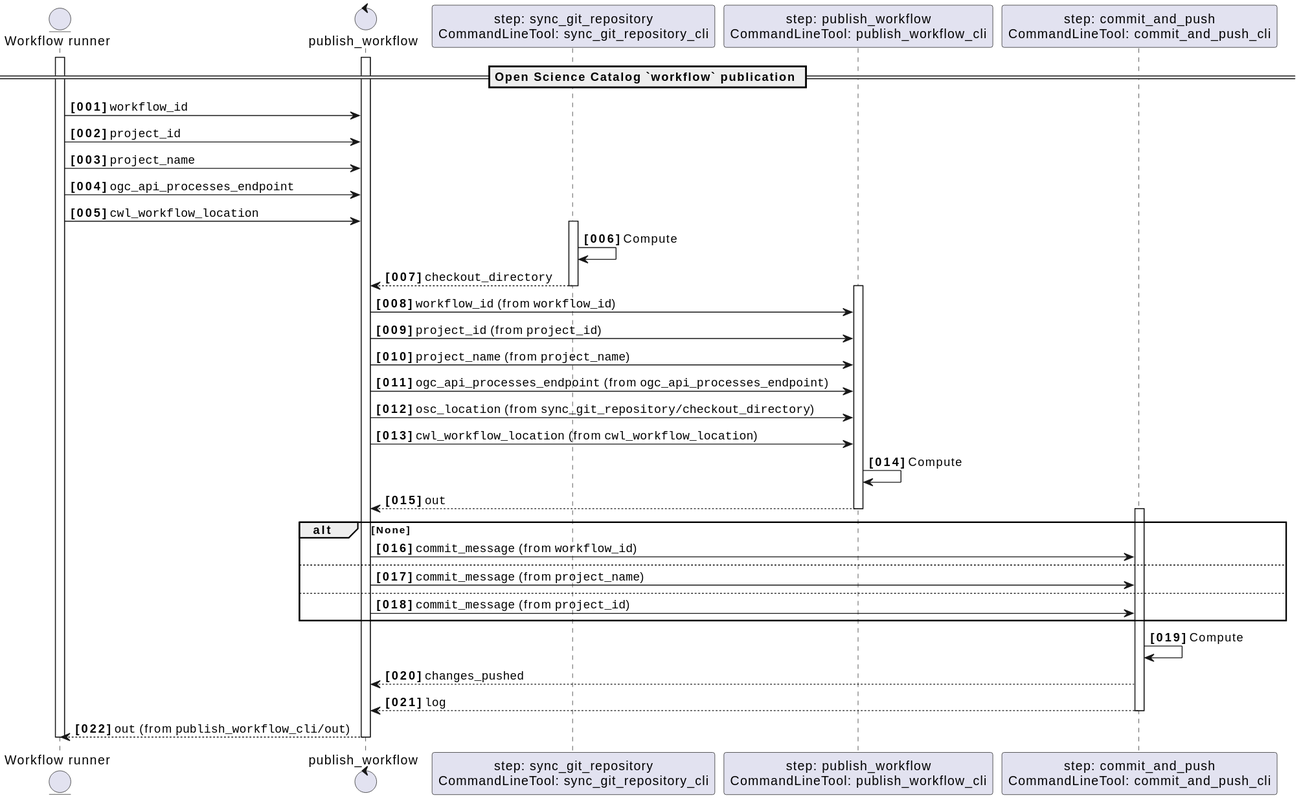
Before: docs/c4/components/workflow/publish_workflow/sequence.svg, a diagram exported from PlantUML (Terradue/osc-client).
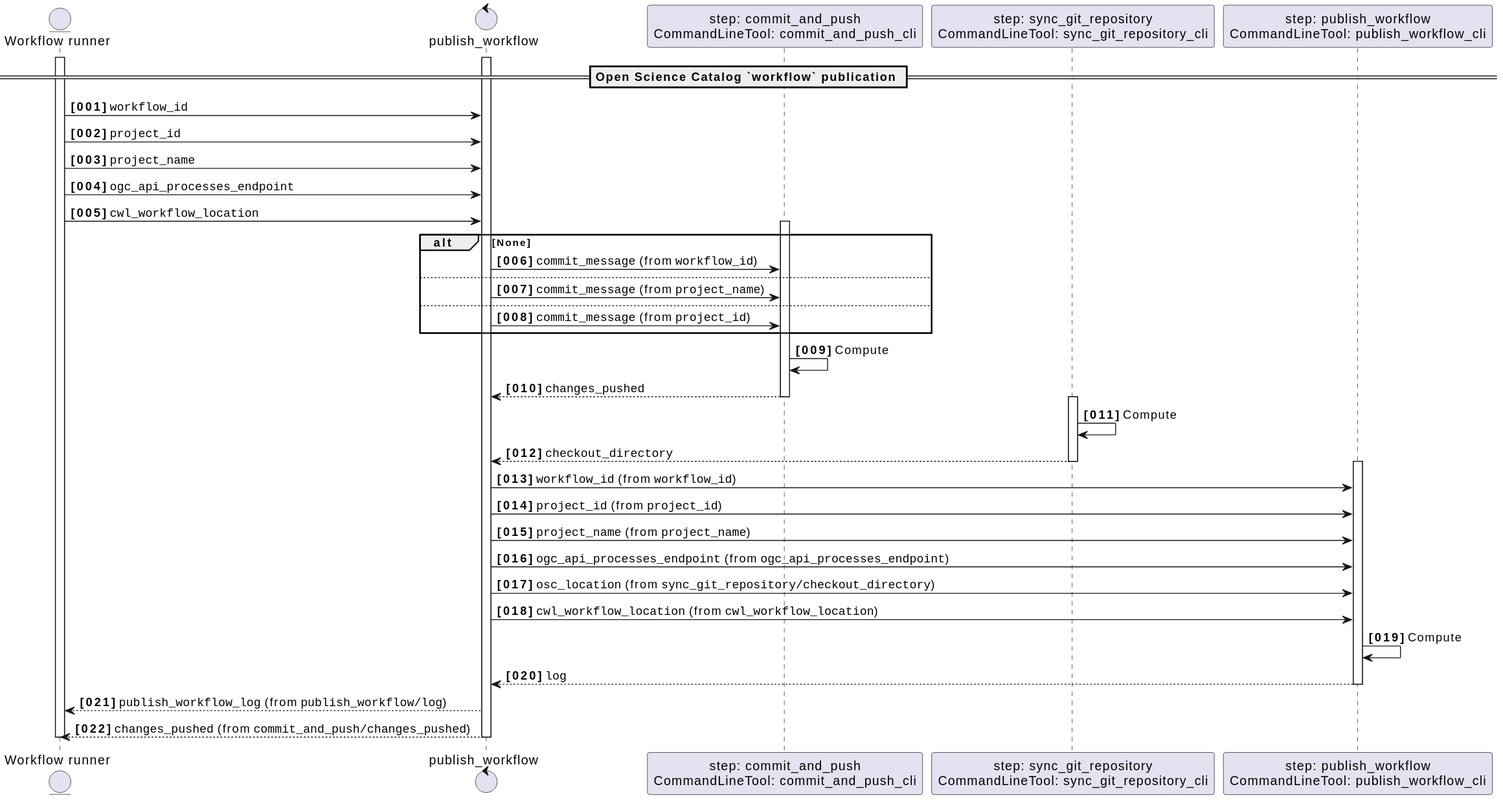
The same file after the commit.

What changed in the source:
```diff
@@ -24,6 +24,42 @@
 wfrunner -> publish_workflow_or : ""ogc_api_processes_endpoint""
 
 wfrunner -> publish_workflow_or : ""cwl_workflow_location""
+
+
+
+
+
+
+
+
+participant "step: commit_and_push\nCommandLineTool: commit_and_push_cli" as publish_workflow_or__commit_and_push
+activate publish_workflow_or__commit_and_push
+
+
+
+alt None
+
+publish_workflow_or -> publish_workflow_or__commit_and_push : ""commit_message"" (from ""workflow_id"")
+else
+
+publish_workflow_or -> publish_workflow_or__commit_and_push : ""commit_message"" (from ""project_name"")
+else
+
+publish_workflow_or -> publish_workflow_or__commit_and_push : ""commit_message"" (from ""project_id"")
+
+
+end
+
+
+
+publish_workflow_or__commit_and_push -> publish_workflow_or__commit_and_push : Compute
+
+
+publish_workflow_or <-- publish_workflow_or__commit_and_push : ""changes_pushed""
+
+
+deactivate publish_workflow_or__commit_and_push
+
 
 
 
@@ -85,7 +121,7 @@
 publish_workflow_or__publish_workflow -> publish_workflow_or__publish_workflow : Compute
 
 
-publish_workflow_or <-- publish_workflow_or__publish_workflow : ""out""
+publish_workflow_or <-- publish_workflow_or__publish_workflow : ""log""
 
 
 deactivate publish_workflow_or__publish_workflow
@@ -96,45 +132,11 @@
 
 
 
-
-
-participant "step: commit_and_push\nCommandLineTool: commit_and_push_cli" as publish_workflow_or__commit_and_push
-activate publish_workflow_or__commit_and_push
+wfrunner <-- publish_workflow_or : ""publish_workflow_log"" (from ""publish_workflow/log"")
 
 
 
-alt None
-
-publish_workflow_or -> publish_workflow_or__commit_and_push : ""commit_message"" (from ""workflow_id"")
-else
-
-publish_workflow_or -> publish_workflow_or__commit_and_push : ""commit_message"" (from ""project_name"")
-else
-
-publish_workflow_or -> publish_workflow_or__commit_and_push : ""commit_message"" (from ""project_id"")
-
-
-end
-
-
-
-publish_workflow_or__commit_and_push -> publish_workflow_or__commit_and_push : Compute
-
-
-publish_workflow_or <-- publish_workflow_or__commit_and_push : ""changes_pushed""
-
-publish_workflow_or <-- publish_workflow_or__commit_and_push : ""log""
-
-
-deactivate publish_workflow_or__commit_and_push
-
-
-
-
-
-
-
-wfrunner <-- publish_workflow_or : ""out"" (from ""publish_workflow_cli/out"")
+wfrunner <-- publish_workflow_or : ""changes_pushed"" (from ""commit_and_push/changes_pushed"")
 
 
 
```
